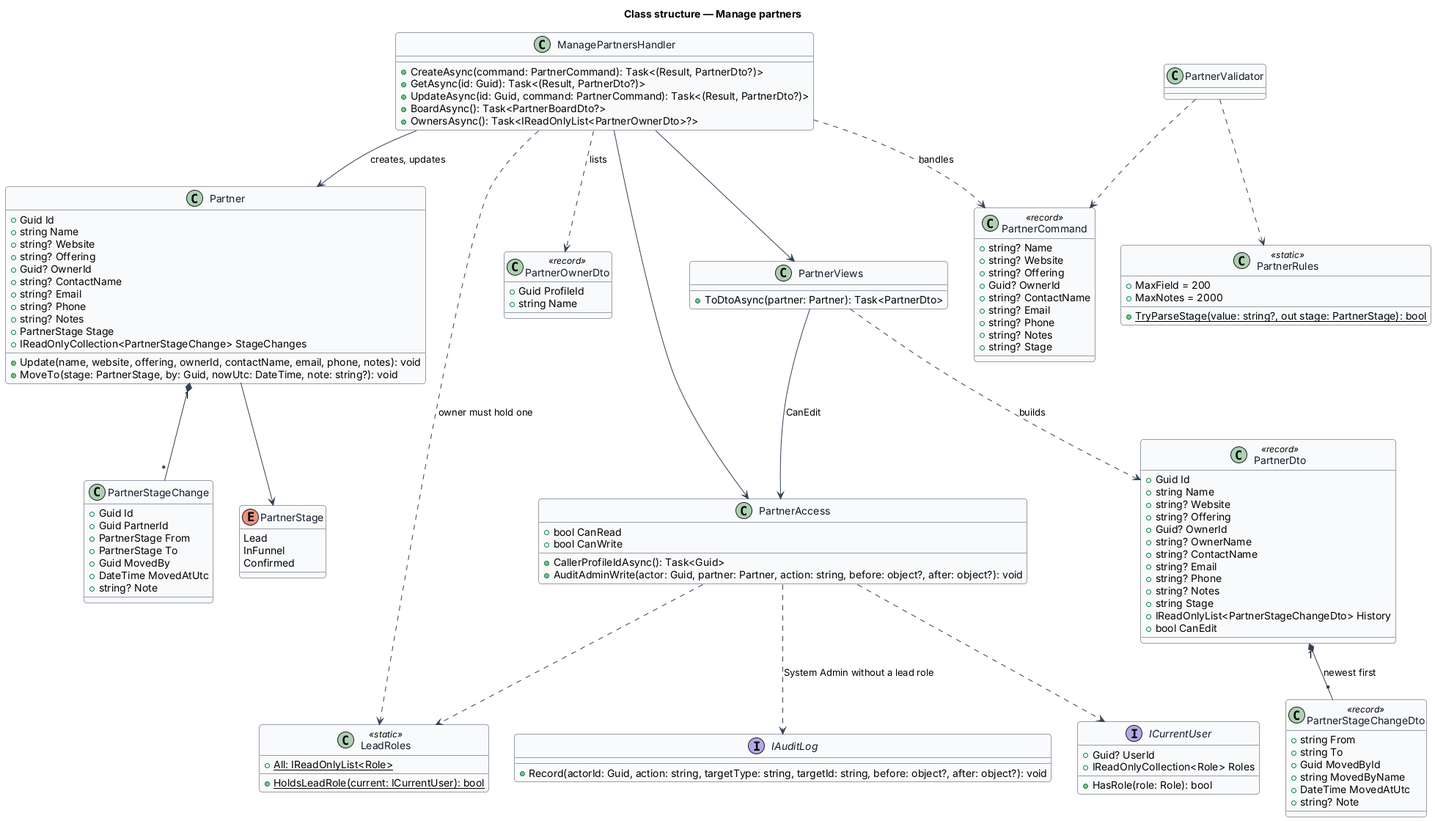
Before: docs/detailed-designs/partners/manage-partners/diagrams/class-structure.png, a diagram exported from PlantUML (QuinntyneBrown/quinntyne-brown).
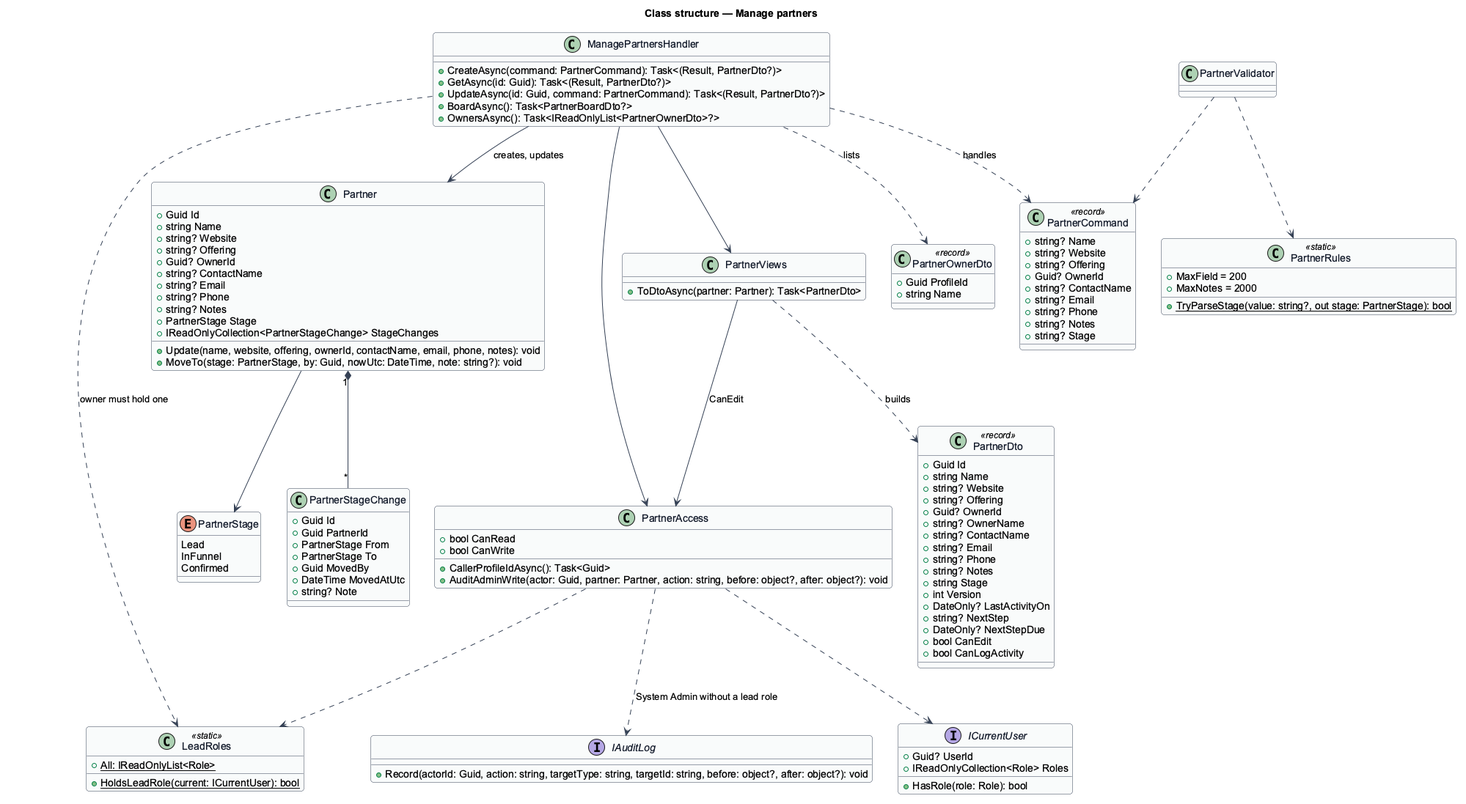
After the commit.

Change to the diagram source:
```diff
@@ -78,19 +78,14 @@
   +string? Phone
   +string? Notes
   +string Stage
-  +IReadOnlyList<PartnerStageChangeDto> History
+  +int Version
+  +DateOnly? LastActivityOn
+  +string? NextStep
+  +DateOnly? NextStepDue
   +bool CanEdit
-}
-class PartnerStageChangeDto <<record>> {
-  +string From
-  +string To
-  +Guid MovedById
-  +string MovedByName
-  +DateTime MovedAtUtc
-  +string? Note
+  +bool CanLogActivity
 }
 PartnerViews ..> PartnerDto : builds
-PartnerDto "1" *-- "*" PartnerStageChangeDto : newest first
 
 class PartnerCommand <<record>> {
   +string? Name
```
